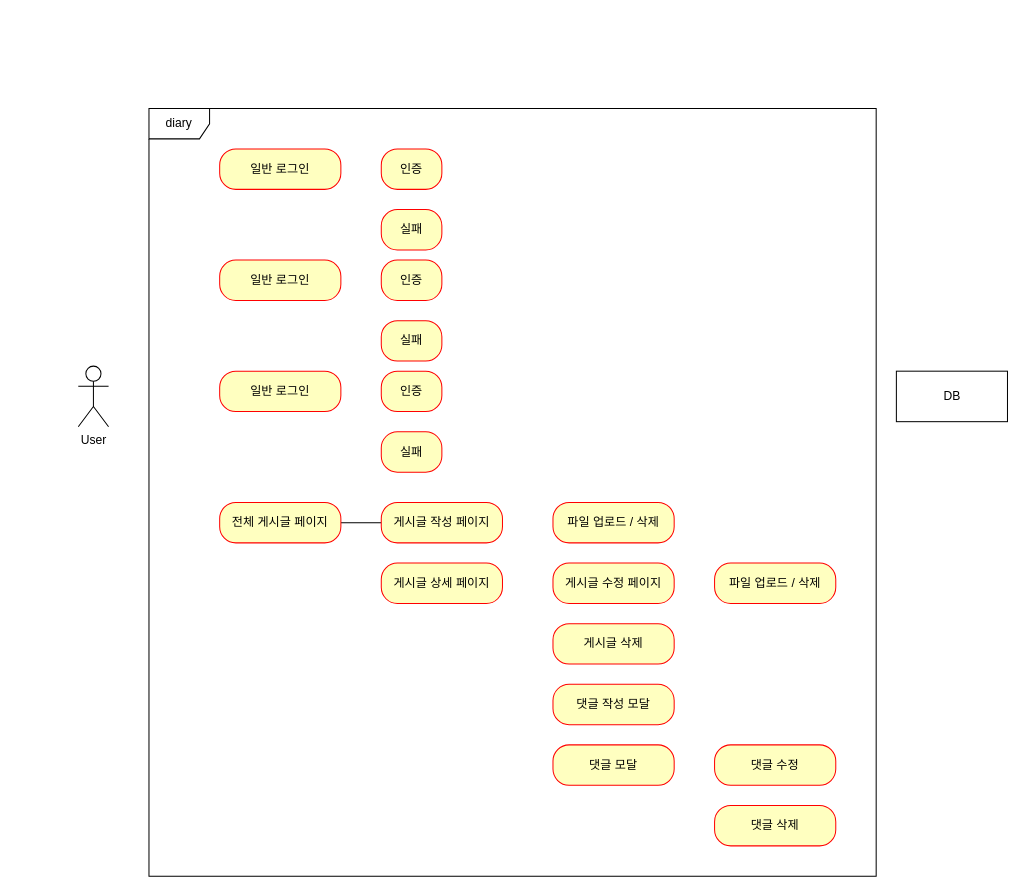
This is document/use-case.drawio from mrcocoball/cocoball-diary, a draw.io file, before an edit. Source tidied: cells renumbered, new cells numbered last; positions are measured from the earlier drawing's top-left corner, leaving out a move shared by most shapes. Both pictures are drawn from the tidied source at 101%, with x=0, y=0 at pixel (78, 108).
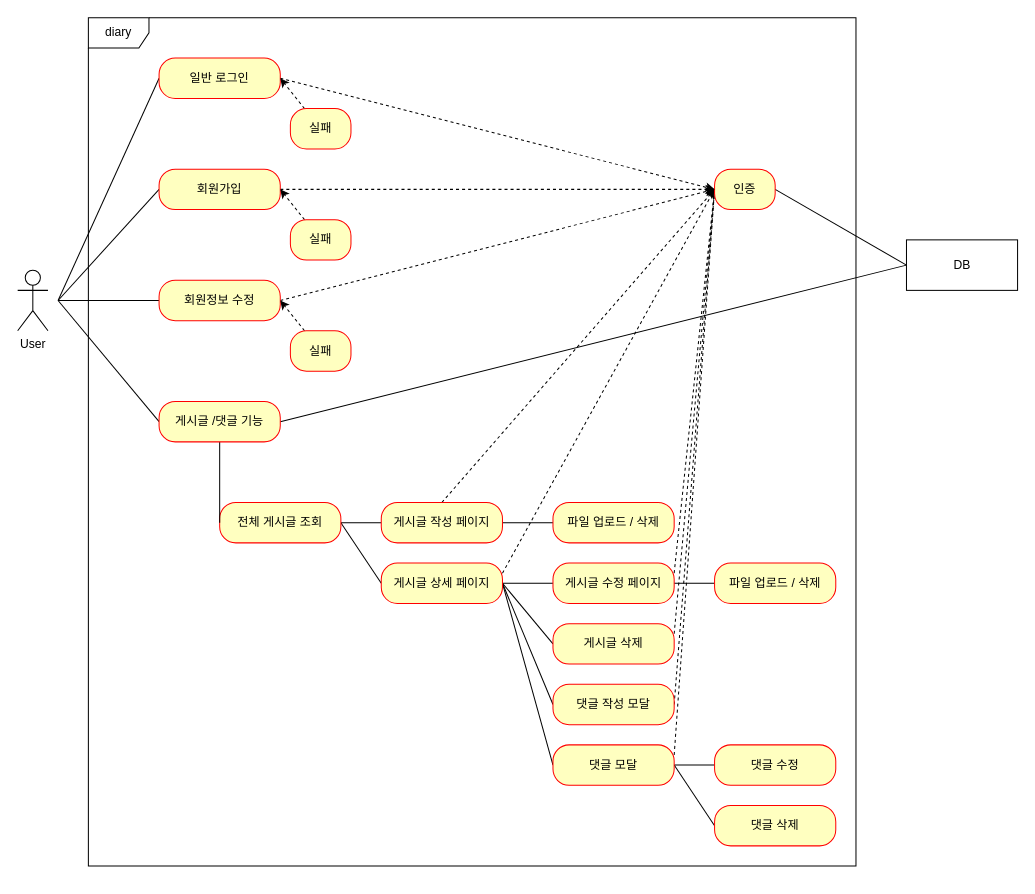
The same page after the edit.

Commit message:
#43 - use-case 업데이트

Unchanged cells that the change refers to:
```xml
<mxCell id="8" value="게시글 상세 페이지" style="rounded=1;whiteSpace=wrap;html=1;arcSize=40;fontColor=#000000;fillColor=#ffffc0;strokeColor=#ff0000;" parent="1" vertex="1">
  <mxGeometry x="300" y="450" width="120" height="40" as="geometry" />
</mxCell>
<mxCell id="9" value="게시글 작성 페이지" style="rounded=1;whiteSpace=wrap;html=1;arcSize=40;fontColor=#000000;fillColor=#ffffc0;strokeColor=#ff0000;" parent="1" vertex="1">
  <mxGeometry x="300" y="390" width="120" height="40" as="geometry" />
</mxCell>
<mxCell id="10" value="게시글 수정 페이지" style="rounded=1;whiteSpace=wrap;html=1;arcSize=40;fontColor=#000000;fillColor=#ffffc0;strokeColor=#ff0000;" parent="1" vertex="1">
  <mxGeometry x="470" y="450" width="120" height="40" as="geometry" />
</mxCell>
<mxCell id="11" value="게시글 삭제" style="rounded=1;whiteSpace=wrap;html=1;arcSize=40;fontColor=#000000;fillColor=#ffffc0;strokeColor=#ff0000;" parent="1" vertex="1">
  <mxGeometry x="470" y="510" width="120" height="40" as="geometry" />
</mxCell>
<mxCell id="12" value="댓글 작성 모달" style="rounded=1;whiteSpace=wrap;html=1;arcSize=40;fontColor=#000000;fillColor=#ffffc0;strokeColor=#ff0000;" parent="1" vertex="1">
  <mxGeometry x="470" y="570" width="120" height="40" as="geometry" />
</mxCell>
<mxCell id="13" value="댓글 모달" style="rounded=1;whiteSpace=wrap;html=1;arcSize=40;fontColor=#000000;fillColor=#ffffc0;strokeColor=#ff0000;" parent="1" vertex="1">
  <mxGeometry x="470" y="630" width="120" height="40" as="geometry" />
</mxCell>
<mxCell id="14" value="댓글 수정" style="rounded=1;whiteSpace=wrap;html=1;arcSize=40;fontColor=#000000;fillColor=#ffffc0;strokeColor=#ff0000;" parent="1" vertex="1">
  <mxGeometry x="630" y="630" width="120" height="40" as="geometry" />
</mxCell>
<mxCell id="15" value="댓글 삭제" style="rounded=1;whiteSpace=wrap;html=1;arcSize=40;fontColor=#000000;fillColor=#ffffc0;strokeColor=#ff0000;" parent="1" vertex="1">
  <mxGeometry x="630" y="690" width="120" height="40" as="geometry" />
</mxCell>
<mxCell id="16" value="파일 업로드 / 삭제" style="rounded=1;whiteSpace=wrap;html=1;arcSize=40;fontColor=#000000;fillColor=#ffffc0;strokeColor=#ff0000;" parent="1" vertex="1">
  <mxGeometry x="470" y="390" width="120" height="40" as="geometry" />
</mxCell>
<mxCell id="17" value="파일 업로드 / 삭제" style="rounded=1;whiteSpace=wrap;html=1;arcSize=40;fontColor=#000000;fillColor=#ffffc0;strokeColor=#ff0000;" parent="1" vertex="1">
  <mxGeometry x="630" y="450" width="120" height="40" as="geometry" />
</mxCell>
```

The edit, as a diff of the source:
```diff
@@
     <mxCell id="2" value="diary" style="shape=umlFrame;whiteSpace=wrap;html=1;" parent="1" vertex="1">
-      <mxGeometry x="70" width="720" height="760" as="geometry" />
+      <mxGeometry x="10" y="-90" width="760" height="840" as="geometry" />
     </mxCell>
+    <mxCell id="26" style="edgeStyle=none;rounded=0;jettySize=auto;html=1;entryX=1;entryY=0.5;entryDx=0;entryDy=0;endArrow=none;endFill=0;exitX=0;exitY=0.5;exitDx=0;exitDy=0;" parent="1" edge="1" source="3" target="18">
+      <mxGeometry relative="1" as="geometry" />
+    </mxCell>
     <mxCell id="3" value="DB" style="html=1;" parent="1" vertex="1">
-      <mxGeometry x="810" y="260" width="110" height="50" as="geometry" />
+      <mxGeometry x="820" y="130" width="110" height="50" as="geometry" />
     </mxCell>
+    <mxCell id="27" style="edgeStyle=none;rounded=0;jettySize=auto;html=1;endArrow=none;endFill=0;" parent="1" edge="1" target="23">
+      <mxGeometry relative="1" as="geometry">
+        <mxPoint x="-20" y="190" as="sourcePoint" />
+      </mxGeometry>
+    </mxCell>
+    <mxCell id="28" style="edgeStyle=none;rounded=0;jettySize=auto;html=1;endArrow=none;endFill=0;exitX=0;exitY=0.5;exitDx=0;exitDy=0;" parent="1" edge="1" source="5">
+      <mxGeometry relative="1" as="geometry">
+        <mxPoint x="-20" y="190" as="targetPoint" />
+      </mxGeometry>
+    </mxCell>
+    <mxCell id="29" style="edgeStyle=none;rounded=0;jettySize=auto;html=1;entryX=0;entryY=0.5;entryDx=0;entryDy=0;endArrow=none;endFill=0;" parent="1" edge="1" target="20">
+      <mxGeometry relative="1" as="geometry">
+        <mxPoint x="-20" y="190" as="sourcePoint" />
+      </mxGeometry>
+    </mxCell>
     <mxCell id="4" value="User" style="shape=umlActor;verticalLabelPosition=bottom;verticalAlign=top;html=1;" parent="1" vertex="1">
-      <mxGeometry y="255" width="30" height="60" as="geometry" />
+      <mxGeometry x="-60" y="160" width="30" height="60" as="geometry" />
     </mxCell>
+    <mxCell id="30" style="rounded=0;jettySize=auto;html=1;dashed=1;entryX=0;entryY=0.5;entryDx=0;entryDy=0;" parent="1" edge="1" source="5" target="18">
+      <mxGeometry relative="1" as="geometry">
+        <Array as="points">
+          <mxPoint x="200" y="-30" />
+        </Array>
+      </mxGeometry>
+    </mxCell>
     <mxCell id="5" value="일반 로그인" style="rounded=1;whiteSpace=wrap;html=1;arcSize=40;fontColor=#000000;fillColor=#ffffc0;strokeColor=#ff0000;" parent="1" vertex="1">
-      <mxGeometry x="140" y="40" width="120" height="40" as="geometry" />
+      <mxGeometry x="80" y="-50" width="120" height="40" as="geometry" />
     </mxCell>
-    <mxCell id="6" style="edgeStyle=orthogonalEdgeStyle;rounded=0;jettySize=auto;html=1;endArrow=none;endFill=0;" parent="1" edge="1" source="7" target="9">
+    <mxCell id="6" style="rounded=0;jettySize=auto;html=1;endArrow=none;endFill=0;entryX=0;entryY=0.5;entryDx=0;entryDy=0;" parent="1" edge="1" source="7" target="9">
       <mxGeometry relative="1" as="geometry" />
     </mxCell>
+    <mxCell id="31" style="edgeStyle=none;rounded=0;jettySize=auto;html=1;endArrow=none;endFill=0;exitX=0;exitY=0.5;exitDx=0;exitDy=0;" parent="1" edge="1" source="54">
+      <mxGeometry relative="1" as="geometry">
+        <mxPoint x="-20" y="190" as="targetPoint" />
+      </mxGeometry>
+    </mxCell>
+    <mxCell id="32" style="edgeStyle=none;rounded=0;jettySize=auto;html=1;entryX=0;entryY=0.5;entryDx=0;entryDy=0;endArrow=none;endFill=0;exitX=1;exitY=0.5;exitDx=0;exitDy=0;" parent="1" edge="1" source="7" target="8">
+      <mxGeometry relative="1" as="geometry" />
+    </mxCell>
-    <mxCell id="7" value="전체 게시글 페이지" style="rounded=1;whiteSpace=wrap;html=1;arcSize=40;fontColor=#000000;fillColor=#ffffc0;strokeColor=#ff0000;" parent="1" vertex="1">
+    <mxCell id="7" value="전체 게시글 조회" style="rounded=1;whiteSpace=wrap;html=1;arcSize=40;fontColor=#000000;fillColor=#ffffc0;strokeColor=#ff0000;" parent="1" vertex="1">
       <mxGeometry x="140" y="390" width="120" height="40" as="geometry" />
     </mxCell>
+    <mxCell id="33" style="edgeStyle=none;rounded=0;jettySize=auto;html=1;dashed=1;exitX=1;exitY=0.25;exitDx=0;exitDy=0;entryX=0;entryY=0.5;entryDx=0;entryDy=0;" parent="1" edge="1" source="8" target="18">
+      <mxGeometry relative="1" as="geometry" />
+    </mxCell>
+    <mxCell id="34" style="edgeStyle=none;rounded=0;jettySize=auto;html=1;endArrow=none;endFill=0;" parent="1" edge="1" source="8" target="10">
+      <mxGeometry relative="1" as="geometry" />
+    </mxCell>
+    <mxCell id="35" style="edgeStyle=none;rounded=0;jettySize=auto;html=1;entryX=0;entryY=0.5;entryDx=0;entryDy=0;endArrow=none;endFill=0;exitX=1;exitY=0.5;exitDx=0;exitDy=0;" parent="1" edge="1" source="8" target="11">
+      <mxGeometry relative="1" as="geometry" />
+    </mxCell>
+    <mxCell id="36" style="edgeStyle=none;rounded=0;jettySize=auto;html=1;entryX=0;entryY=0.5;entryDx=0;entryDy=0;endArrow=none;endFill=0;exitX=1;exitY=0.5;exitDx=0;exitDy=0;" parent="1" edge="1" source="8" target="12">
+      <mxGeometry relative="1" as="geometry" />
+    </mxCell>
+    <mxCell id="37" style="edgeStyle=none;rounded=0;jettySize=auto;html=1;entryX=0;entryY=0.5;entryDx=0;entryDy=0;endArrow=none;endFill=0;exitX=1;exitY=0.5;exitDx=0;exitDy=0;" parent="1" edge="1" source="8" target="13">
+      <mxGeometry relative="1" as="geometry" />
+    </mxCell>
@@
+    <mxCell id="38" style="edgeStyle=none;rounded=0;jettySize=auto;html=1;dashed=1;exitX=0.5;exitY=0;exitDx=0;exitDy=0;entryX=0;entryY=0.5;entryDx=0;entryDy=0;" parent="1" edge="1" source="9" target="18">
+      <mxGeometry relative="1" as="geometry" />
+    </mxCell>
+    <mxCell id="39" style="edgeStyle=none;rounded=0;jettySize=auto;html=1;endArrow=none;endFill=0;" parent="1" edge="1" source="9" target="16">
+      <mxGeometry relative="1" as="geometry" />
+    </mxCell>
@@
+    <mxCell id="40" style="edgeStyle=none;rounded=0;jettySize=auto;html=1;endArrow=none;endFill=0;" parent="1" edge="1" source="10" target="17">
+      <mxGeometry relative="1" as="geometry" />
+    </mxCell>
+    <mxCell id="41" style="edgeStyle=none;rounded=0;jettySize=auto;html=1;entryX=0;entryY=0.5;entryDx=0;entryDy=0;endArrow=none;endFill=0;exitX=1;exitY=0.25;exitDx=0;exitDy=0;dashed=1;" parent="1" edge="1" source="10" target="18">
+      <mxGeometry relative="1" as="geometry" />
+    </mxCell>
@@
+    <mxCell id="42" style="edgeStyle=none;rounded=0;jettySize=auto;html=1;entryX=0;entryY=0.5;entryDx=0;entryDy=0;dashed=1;endArrow=none;endFill=0;exitX=1;exitY=0.25;exitDx=0;exitDy=0;" parent="1" edge="1" source="11" target="18">
+      <mxGeometry relative="1" as="geometry" />
+    </mxCell>
@@
+    <mxCell id="43" style="edgeStyle=none;rounded=0;jettySize=auto;html=1;entryX=0;entryY=0.5;entryDx=0;entryDy=0;dashed=1;endArrow=none;endFill=0;exitX=1;exitY=0.5;exitDx=0;exitDy=0;" parent="1" edge="1" source="12" target="18">
+      <mxGeometry relative="1" as="geometry" />
+    </mxCell>
@@
+    <mxCell id="44" style="edgeStyle=none;rounded=0;jettySize=auto;html=1;endArrow=none;endFill=0;" parent="1" edge="1" source="13" target="14">
+      <mxGeometry relative="1" as="geometry" />
+    </mxCell>
+    <mxCell id="45" style="edgeStyle=none;rounded=0;jettySize=auto;html=1;entryX=0;entryY=0.5;entryDx=0;entryDy=0;endArrow=none;endFill=0;exitX=1;exitY=0.5;exitDx=0;exitDy=0;" parent="1" edge="1" source="13" target="15">
+      <mxGeometry relative="1" as="geometry" />
+    </mxCell>
+    <mxCell id="46" style="edgeStyle=none;rounded=0;jettySize=auto;html=1;entryX=0;entryY=0.5;entryDx=0;entryDy=0;dashed=1;endArrow=none;endFill=0;exitX=1;exitY=0.25;exitDx=0;exitDy=0;" parent="1" edge="1" source="13" target="18">
+      <mxGeometry relative="1" as="geometry" />
+    </mxCell>
@@
     <mxCell id="18" value="인증" style="rounded=1;whiteSpace=wrap;html=1;arcSize=40;fontColor=#000000;fillColor=#ffffc0;strokeColor=#ff0000;" parent="1" vertex="1">
-      <mxGeometry x="300" y="40" width="60" height="40" as="geometry" />
+      <mxGeometry x="630" y="60" width="60" height="40" as="geometry" />
     </mxCell>
+    <mxCell id="47" style="rounded=0;jettySize=auto;html=1;entryX=1;entryY=0.5;entryDx=0;entryDy=0;dashed=1;" parent="1" edge="1" source="19" target="5">
+      <mxGeometry relative="1" as="geometry" />
+    </mxCell>
     <mxCell id="19" value="실패" style="rounded=1;whiteSpace=wrap;html=1;arcSize=40;fontColor=#000000;fillColor=#ffffc0;strokeColor=#ff0000;" parent="1" vertex="1">
-      <mxGeometry x="300" y="100" width="60" height="40" as="geometry" />
+      <mxGeometry x="210" width="60" height="40" as="geometry" />
     </mxCell>
+    <mxCell id="48" style="edgeStyle=none;rounded=0;jettySize=auto;html=1;entryX=0;entryY=0.5;entryDx=0;entryDy=0;dashed=1;exitX=1;exitY=0.5;exitDx=0;exitDy=0;" parent="1" edge="1" source="20" target="18">
+      <mxGeometry relative="1" as="geometry" />
+    </mxCell>
-    <mxCell id="20" value="일반 로그인" style="rounded=1;whiteSpace=wrap;html=1;arcSize=40;fontColor=#000000;fillColor=#ffffc0;strokeColor=#ff0000;" parent="1" vertex="1">
-      <mxGeometry x="140" y="150" width="120" height="40" as="geometry" />
+    <mxCell id="20" value="회원가입" style="rounded=1;whiteSpace=wrap;html=1;arcSize=40;fontColor=#000000;fillColor=#ffffc0;strokeColor=#ff0000;" parent="1" vertex="1">
+      <mxGeometry x="80" y="60" width="120" height="40" as="geometry" />
     </mxCell>
-    <mxCell id="21" value="인증" style="rounded=1;whiteSpace=wrap;html=1;arcSize=40;fontColor=#000000;fillColor=#ffffc0;strokeColor=#ff0000;" parent="1" vertex="1">
-      <mxGeometry x="300" y="150" width="60" height="40" as="geometry" />
-    </mxCell>
+    <mxCell id="49" style="edgeStyle=none;rounded=0;jettySize=auto;html=1;entryX=1;entryY=0.5;entryDx=0;entryDy=0;dashed=1;" parent="1" edge="1" source="22" target="20">
+      <mxGeometry relative="1" as="geometry" />
+    </mxCell>
     <mxCell id="22" value="실패" style="rounded=1;whiteSpace=wrap;html=1;arcSize=40;fontColor=#000000;fillColor=#ffffc0;strokeColor=#ff0000;" parent="1" vertex="1">
-      <mxGeometry x="300" y="210" width="60" height="40" as="geometry" />
+      <mxGeometry x="210" y="110" width="60" height="40" as="geometry" />
     </mxCell>
+    <mxCell id="50" style="edgeStyle=none;rounded=0;jettySize=auto;html=1;dashed=1;entryX=0;entryY=0.5;entryDx=0;entryDy=0;exitX=1;exitY=0.5;exitDx=0;exitDy=0;" parent="1" edge="1" source="23" target="18">
+      <mxGeometry relative="1" as="geometry" />
+    </mxCell>
-    <mxCell id="23" value="일반 로그인" style="rounded=1;whiteSpace=wrap;html=1;arcSize=40;fontColor=#000000;fillColor=#ffffc0;strokeColor=#ff0000;" parent="1" vertex="1">
-      <mxGeometry x="140" y="260" width="120" height="40" as="geometry" />
+    <mxCell id="23" value="회원정보 수정" style="rounded=1;whiteSpace=wrap;html=1;arcSize=40;fontColor=#000000;fillColor=#ffffc0;strokeColor=#ff0000;" parent="1" vertex="1">
+      <mxGeometry x="80" y="170" width="120" height="40" as="geometry" />
     </mxCell>
-    <mxCell id="24" value="인증" style="rounded=1;whiteSpace=wrap;html=1;arcSize=40;fontColor=#000000;fillColor=#ffffc0;strokeColor=#ff0000;" parent="1" vertex="1">
-      <mxGeometry x="300" y="260" width="60" height="40" as="geometry" />
-    </mxCell>
+    <mxCell id="51" style="edgeStyle=none;rounded=0;jettySize=auto;html=1;entryX=1;entryY=0.5;entryDx=0;entryDy=0;dashed=1;" parent="1" edge="1" source="25" target="23">
+      <mxGeometry relative="1" as="geometry" />
+    </mxCell>
     <mxCell id="25" value="실패" style="rounded=1;whiteSpace=wrap;html=1;arcSize=40;fontColor=#000000;fillColor=#ffffc0;strokeColor=#ff0000;" parent="1" vertex="1">
-      <mxGeometry x="300" y="320" width="60" height="40" as="geometry" />
+      <mxGeometry x="210" y="220" width="60" height="40" as="geometry" />
     </mxCell>
+    <mxCell id="52" style="edgeStyle=none;rounded=0;jettySize=auto;html=1;entryX=0;entryY=0.5;entryDx=0;entryDy=0;endArrow=none;endFill=0;" parent="1" edge="1" source="54" target="7">
+      <mxGeometry relative="1" as="geometry" />
+    </mxCell>
+    <mxCell id="53" style="edgeStyle=none;rounded=0;jettySize=auto;html=1;entryX=0;entryY=0.5;entryDx=0;entryDy=0;endArrow=none;endFill=0;exitX=1;exitY=0.5;exitDx=0;exitDy=0;" parent="1" edge="1" source="54" target="3">
+      <mxGeometry relative="1" as="geometry" />
+    </mxCell>
+    <mxCell id="54" value="게시글 /댓글 기능" style="rounded=1;whiteSpace=wrap;html=1;arcSize=40;fontColor=#000000;fillColor=#ffffc0;strokeColor=#ff0000;" parent="1" vertex="1">
+      <mxGeometry x="80" y="290" width="120" height="40" as="geometry" />
+    </mxCell>
```
